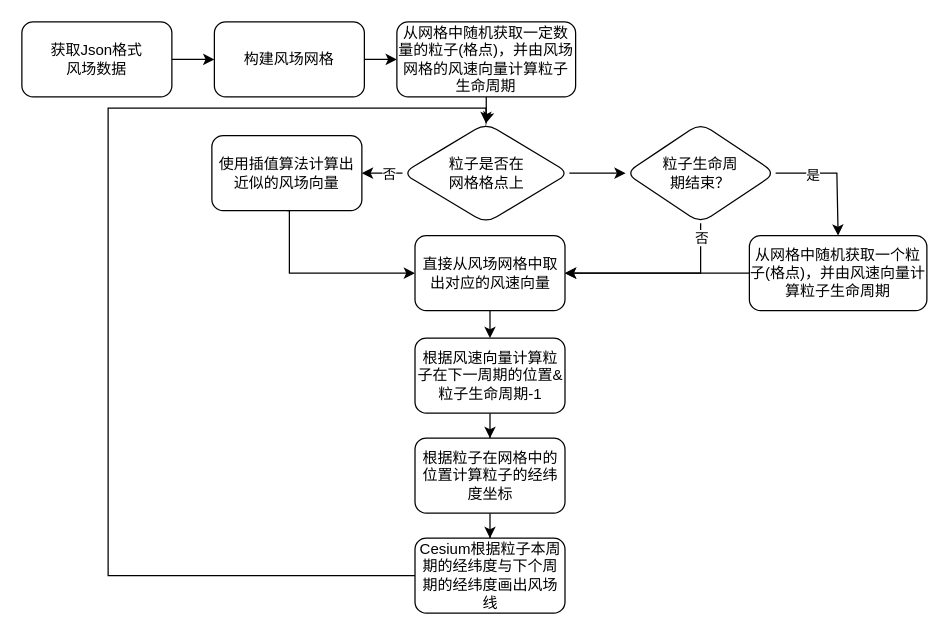
Above: particle-draw.drawio in xiangsanliu/drawio (draw.io), before the change. Source tidied: cells renumbered, new cells numbered last; positions are measured from the earlier drawing's top-left corner, leaving out a move shared by most shapes. Both pictures are drawn from the tidied source at 125%, with x=0, y=0 at pixel (21, 21).
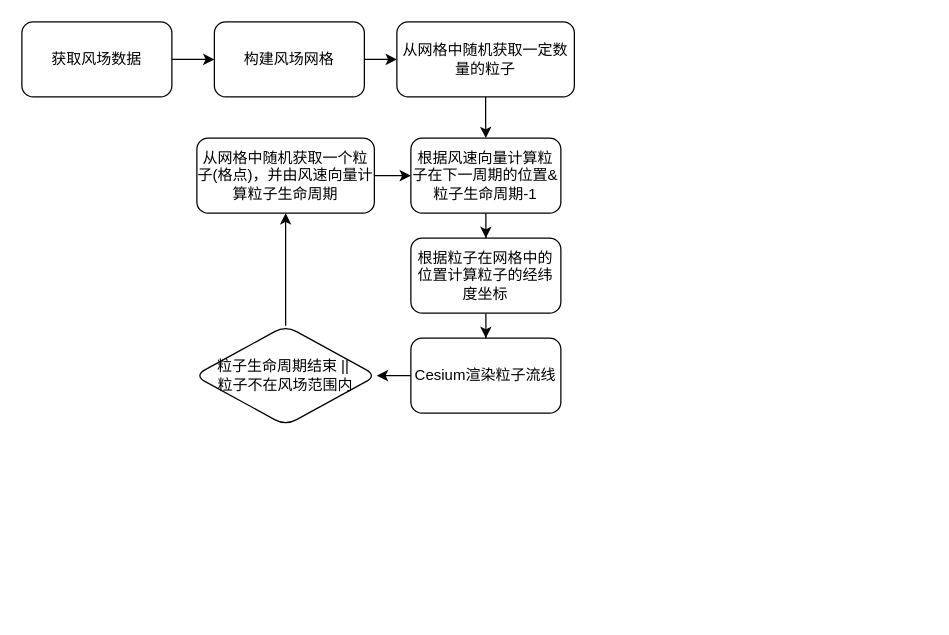
The same page after the edit.

What changed in the source:
```diff
@@
-    <mxCell id="3" value="获取Json格式&lt;br&gt;风场数据" style="rounded=1;whiteSpace=wrap;html=1;" parent="1" vertex="1">
+    <mxCell id="3" value="获取风场数据" style="rounded=1;whiteSpace=wrap;html=1;" parent="1" vertex="1">
       <mxGeometry width="120" height="60" as="geometry" />
     </mxCell>
@@
-    <mxCell id="6" style="edgeStyle=orthogonalEdgeStyle;rounded=0;jettySize=auto;html=1;entryX=0.5;entryY=0;entryDx=0;entryDy=0;" parent="1" edge="1" source="7" target="11">
-      <mxGeometry relative="1" as="geometry" />
-    </mxCell>
-    <mxCell id="7" value="从网格中随机获取一定数量的粒子(格点)，并由风场网格的风速向量计算粒子生命周期" style="whiteSpace=wrap;html=1;rounded=1;" parent="1" vertex="1">
-      <mxGeometry x="300" width="143" height="60" as="geometry" />
+    <mxCell id="7" value="从网格中随机获取一定数量的粒子" style="whiteSpace=wrap;html=1;rounded=1;" parent="1" vertex="1">
+      <mxGeometry x="300" width="142" height="60" as="geometry" />
     </mxCell>
-    <mxCell id="8" style="edgeStyle=orthogonalEdgeStyle;rounded=0;jettySize=auto;html=1;entryX=0;entryY=0.5;entryDx=0;entryDy=0;" parent="1" edge="1" source="11" target="26">
-      <mxGeometry relative="1" as="geometry" />
-    </mxCell>
-    <mxCell id="9" style="edgeStyle=orthogonalEdgeStyle;rounded=0;jettySize=auto;html=1;entryX=1;entryY=0.5;entryDx=0;entryDy=0;" parent="1" edge="1" source="11" target="21">
-      <mxGeometry relative="1" as="geometry" />
-    </mxCell>
-    <mxCell id="10" value="否" style="edgeLabel;html=1;align=center;verticalAlign=middle;" parent="9" vertex="1">
-      <mxGeometry x="0.06" y="-18" relative="1" as="geometry">
-        <mxPoint x="3.5" y="-18" as="offset" />
-      </mxGeometry>
-    </mxCell>
-    <mxCell id="11" value="粒子是否在&lt;br&gt;网格格点上" style="rhombus;whiteSpace=wrap;html=1;rounded=1;" parent="1" vertex="1">
-      <mxGeometry x="304.5" y="81" width="133.5" height="80" as="geometry" />
-    </mxCell>
-    <mxCell id="12" style="edgeStyle=orthogonalEdgeStyle;rounded=0;jettySize=auto;html=1;" parent="1" edge="1" source="13" target="15">
+    <mxCell id="12" style="edgeStyle=orthogonalEdgeStyle;rounded=0;jettySize=auto;html=1;exitX=0.5;exitY=1;exitDx=0;exitDy=0;" parent="1" edge="1" source="7" target="15">
       <mxGeometry relative="1" as="geometry" />
     </mxCell>
-    <mxCell id="13" value="直接从风场网格中取出对应的风速向量" style="whiteSpace=wrap;html=1;rounded=1;" parent="1" vertex="1">
-      <mxGeometry x="314.5" y="171" width="120" height="60" as="geometry" />
-    </mxCell>
@@
     <mxCell id="15" value="根据风速向量计算粒子在下一周期的位置&amp;amp;粒子生命周期-1" style="whiteSpace=wrap;html=1;rounded=1;" parent="1" vertex="1">
-      <mxGeometry x="314.5" y="253" width="120" height="60" as="geometry" />
+      <mxGeometry x="311.2" y="93" width="120" height="60" as="geometry" />
     </mxCell>
@@
     <mxCell id="17" value="&lt;div&gt;根据粒子在网格中的位置计算粒子的经纬度坐标&lt;/div&gt;" style="whiteSpace=wrap;html=1;rounded=1;" parent="1" vertex="1">
-      <mxGeometry x="314.5" y="333" width="120" height="60" as="geometry" />
+      <mxGeometry x="311.2" y="173" width="120" height="60" as="geometry" />
     </mxCell>
-    <mxCell id="18" style="edgeStyle=orthogonalEdgeStyle;rounded=0;jettySize=auto;html=1;entryX=0.5;entryY=0;entryDx=0;entryDy=0;" parent="1" edge="1" source="19" target="11">
-      <mxGeometry relative="1" as="geometry">
-        <Array as="points">
-          <mxPoint x="69" y="443" />
-          <mxPoint x="69" y="69" />
-          <mxPoint x="371" y="69" />
-        </Array>
-      </mxGeometry>
-    </mxCell>
+    <mxCell id="29" style="edgeStyle=orthogonalEdgeStyle;rounded=0;jettySize=auto;html=1;entryX=1;entryY=0.5;entryDx=0;entryDy=0;" parent="1" edge="1" source="19" target="26">
+      <mxGeometry relative="1" as="geometry" />
+    </mxCell>
-    <mxCell id="19" value="Cesium根据粒子本周期的经纬度与下个周期的经纬度画出风场线" style="whiteSpace=wrap;html=1;rounded=1;" parent="1" vertex="1">
-      <mxGeometry x="314.5" y="413" width="120" height="60" as="geometry" />
+    <mxCell id="19" value="Cesium渲染粒子流线" style="whiteSpace=wrap;html=1;rounded=1;" parent="1" vertex="1">
+      <mxGeometry x="311.2" y="253" width="120" height="60" as="geometry" />
     </mxCell>
-    <mxCell id="20" style="edgeStyle=orthogonalEdgeStyle;rounded=0;jettySize=auto;html=1;entryX=0;entryY=0.5;entryDx=0;entryDy=0;exitX=0.5;exitY=1;exitDx=0;exitDy=0;" parent="1" edge="1" source="21" target="13">
-      <mxGeometry relative="1" as="geometry">
-        <Array as="points">
-          <mxPoint x="214" y="151" />
-          <mxPoint x="214" y="201" />
-        </Array>
-      </mxGeometry>
-    </mxCell>
-    <mxCell id="21" value="使用插值算法计算出近似的风场向量" style="whiteSpace=wrap;html=1;rounded=1;" parent="1" vertex="1">
-      <mxGeometry x="152" y="91" width="120" height="60" as="geometry" />
-    </mxCell>
-    <mxCell id="22" style="edgeStyle=orthogonalEdgeStyle;rounded=0;jettySize=auto;html=1;entryX=0.5;entryY=0;entryDx=0;entryDy=0;" parent="1" edge="1" source="26" target="28">
-      <mxGeometry relative="1" as="geometry">
-        <Array as="points">
-          <mxPoint x="652" y="121" />
-        </Array>
-      </mxGeometry>
+    <mxCell id="22" style="edgeStyle=orthogonalEdgeStyle;rounded=0;jettySize=auto;html=1;entryX=0.5;entryY=1;entryDx=0;entryDy=0;" parent="1" edge="1" source="26" target="28">
+      <mxGeometry relative="1" as="geometry" />
     </mxCell>
-    <mxCell id="23" value="是" style="edgeLabel;html=1;align=center;verticalAlign=middle;" parent="22" vertex="1">
-      <mxGeometry x="-0.41" y="-1" relative="1" as="geometry" />
-    </mxCell>
-    <mxCell id="24" style="edgeStyle=orthogonalEdgeStyle;rounded=0;jettySize=auto;html=1;entryX=1;entryY=0.5;entryDx=0;entryDy=0;" parent="1" edge="1" source="26" target="13">
-      <mxGeometry relative="1" as="geometry">
-        <Array as="points">
-          <mxPoint x="543" y="201" />
-        </Array>
-      </mxGeometry>
-    </mxCell>
-    <mxCell id="25" value="否" style="edgeLabel;html=1;align=center;verticalAlign=middle;" parent="24" vertex="1">
-      <mxGeometry x="-0.85" relative="1" as="geometry" />
-    </mxCell>
-    <mxCell id="26" value="粒子生命周&lt;br&gt;期结束？" style="rhombus;whiteSpace=wrap;html=1;rounded=1;" parent="1" vertex="1">
-      <mxGeometry x="483" y="81" width="120" height="80" as="geometry" />
+    <mxCell id="26" value="粒子生命周期结束 ||&amp;nbsp;&lt;br&gt;&lt;div&gt;粒子不在风场范围内&lt;/div&gt;" style="rhombus;whiteSpace=wrap;html=1;rounded=1;" parent="1" vertex="1">
+      <mxGeometry x="138" y="243" width="146" height="80" as="geometry" />
     </mxCell>
-    <mxCell id="27" style="edgeStyle=orthogonalEdgeStyle;rounded=0;jettySize=auto;html=1;" parent="1" edge="1" source="28" target="13">
-      <mxGeometry relative="1" as="geometry" />
-    </mxCell>
+    <mxCell id="30" style="edgeStyle=orthogonalEdgeStyle;rounded=0;jettySize=auto;html=1;" parent="1" edge="1" source="28" target="15">
+      <mxGeometry relative="1" as="geometry" />
+    </mxCell>
     <mxCell id="28" value="从网格中随机获取一个粒子(格点)，并由风速向量计算粒子生命周期" style="whiteSpace=wrap;html=1;rounded=1;" parent="1" vertex="1">
-      <mxGeometry x="582" y="171" width="142" height="60" as="geometry" />
+      <mxGeometry x="140" y="93" width="142" height="60" as="geometry" />
     </mxCell>
```
